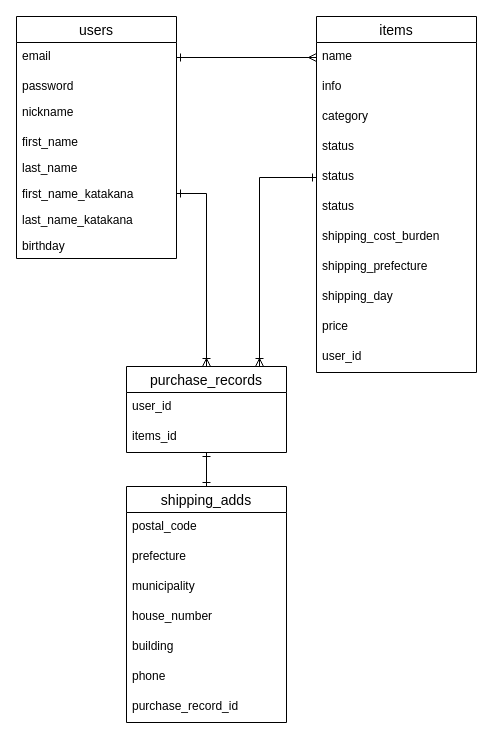
The draw.io diagram datebase.dio in ebinayuuki/furima-33522, before the edit. Source tidied: cells renumbered, new cells numbered last; positions are measured from the earlier drawing's top-left corner, leaving out a move shared by most shapes. Both pictures are drawn from the tidied source at 100%, with x=0, y=0 at pixel (16, 16).
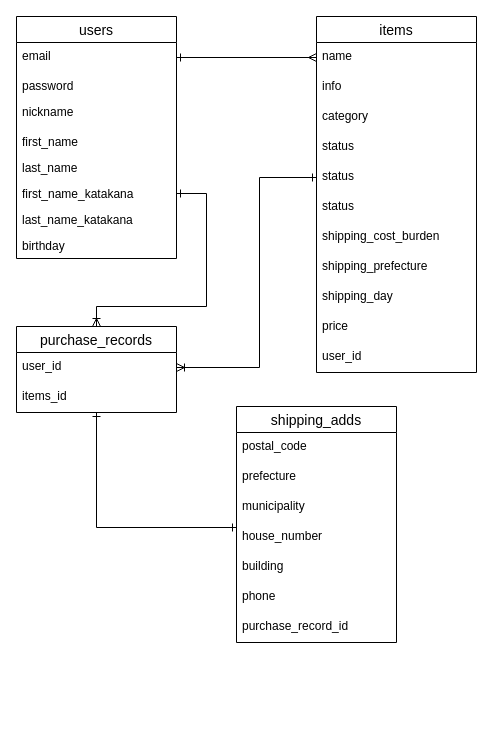
The same diagram, later.

Commit message (it also covers changes not shown here):
データベース設計修正

Unchanged cells that the change refers to:
```xml
<mxCell id="8" value="first_name_katakana&#10;" style="text;strokeColor=none;fillColor=none;spacingLeft=4;spacingRight=4;overflow=hidden;points=[[0,0.5],[1,0.5]];portConstraint=eastwest;fontSize=12;" parent="2" vertex="1">
  <mxGeometry y="164" width="160" height="26" as="geometry" />
</mxCell>
<mxCell id="16" value="status" style="text;strokeColor=none;fillColor=none;spacingLeft=4;spacingRight=4;overflow=hidden;points=[[0,0.5],[1,0.5]];portConstraint=eastwest;fontSize=12;" parent="11" vertex="1">
  <mxGeometry y="146" width="160" height="30" as="geometry" />
</mxCell>
<mxCell id="24" value="user_id" style="text;strokeColor=none;fillColor=none;spacingLeft=4;spacingRight=4;overflow=hidden;points=[[0,0.5],[1,0.5]];portConstraint=eastwest;fontSize=12;" parent="23" vertex="1">
  <mxGeometry y="26" width="160" height="30" as="geometry" />
</mxCell>
<mxCell id="25" value="items_id" style="text;strokeColor=none;fillColor=none;spacingLeft=4;spacingRight=4;overflow=hidden;points=[[0,0.5],[1,0.5]];portConstraint=eastwest;fontSize=12;" parent="23" vertex="1">
  <mxGeometry y="56" width="160" height="30" as="geometry" />
</mxCell>
<mxCell id="30" value="house_number" style="text;strokeColor=none;fillColor=none;spacingLeft=4;spacingRight=4;overflow=hidden;points=[[0,0.5],[1,0.5]];portConstraint=eastwest;fontSize=12;" parent="26" vertex="1">
  <mxGeometry y="116" width="160" height="30" as="geometry" />
</mxCell>
```

What changed in the source:
```diff
@@
     <mxCell id="23" value="purchase_records" style="swimlane;fontStyle=0;horizontal=1;startSize=26;align=center;fontSize=14;" parent="1" vertex="1">
-      <mxGeometry x="110" y="350" width="160" height="86" as="geometry" />
+      <mxGeometry y="310" width="160" height="86" as="geometry" />
     </mxCell>
@@
     <mxCell id="26" value="shipping_adds" style="swimlane;fontStyle=0;horizontal=1;startSize=26;align=center;fontSize=14;" parent="1" vertex="1">
-      <mxGeometry x="110" y="470" width="160" height="236" as="geometry" />
+      <mxGeometry x="220" y="390" width="160" height="236" as="geometry" />
     </mxCell>
@@
     <mxCell id="35" style="edgeStyle=orthogonalEdgeStyle;rounded=0;jettySize=auto;html=1;exitX=1;exitY=0.5;exitDx=0;exitDy=0;entryX=0.5;entryY=0;entryDx=0;entryDy=0;startArrow=ERone;startFill=0;endArrow=ERoneToMany;endFill=0;" parent="1" edge="1" source="8" target="23">
       <mxGeometry relative="1" as="geometry">
         <Array as="points">
           <mxPoint x="190" y="177" />
+          <mxPoint x="190" y="290" />
+          <mxPoint x="80" y="290" />
         </Array>
       </mxGeometry>
     </mxCell>
-    <mxCell id="36" style="edgeStyle=orthogonalEdgeStyle;rounded=0;jettySize=auto;html=1;exitX=0;exitY=0.5;exitDx=0;exitDy=0;startArrow=ERone;startFill=0;endArrow=ERoneToMany;endFill=0;" parent="1" edge="1" source="16">
+    <mxCell id="36" style="edgeStyle=orthogonalEdgeStyle;rounded=0;jettySize=auto;html=1;exitX=0;exitY=0.5;exitDx=0;exitDy=0;startArrow=ERone;startFill=0;endArrow=ERoneToMany;endFill=0;entryX=1;entryY=0.5;entryDx=0;entryDy=0;" parent="1" edge="1" source="16" target="24">
       <mxGeometry relative="1" as="geometry">
-        <mxPoint x="243" y="350" as="targetPoint" />
         <Array as="points">
           <mxPoint x="243" y="161" />
+          <mxPoint x="243" y="351" />
         </Array>
       </mxGeometry>
     </mxCell>
-    <mxCell id="37" style="edgeStyle=orthogonalEdgeStyle;rounded=0;jettySize=auto;html=1;exitX=0.5;exitY=1;exitDx=0;exitDy=0;entryX=0.5;entryY=0;entryDx=0;entryDy=0;startArrow=ERone;startFill=0;endArrow=ERone;endFill=0;exitPerimeter=0;" parent="1" edge="1" source="25" target="26">
-      <mxGeometry relative="1" as="geometry" />
+    <mxCell id="37" style="edgeStyle=orthogonalEdgeStyle;rounded=0;jettySize=auto;html=1;exitX=0.5;exitY=1;exitDx=0;exitDy=0;startArrow=ERone;startFill=0;endArrow=ERone;endFill=0;exitPerimeter=0;" parent="1" edge="1" source="25" target="30">
+      <mxGeometry relative="1" as="geometry">
+        <Array as="points">
+          <mxPoint x="80" y="511" />
+        </Array>
+      </mxGeometry>
     </mxCell>
```
